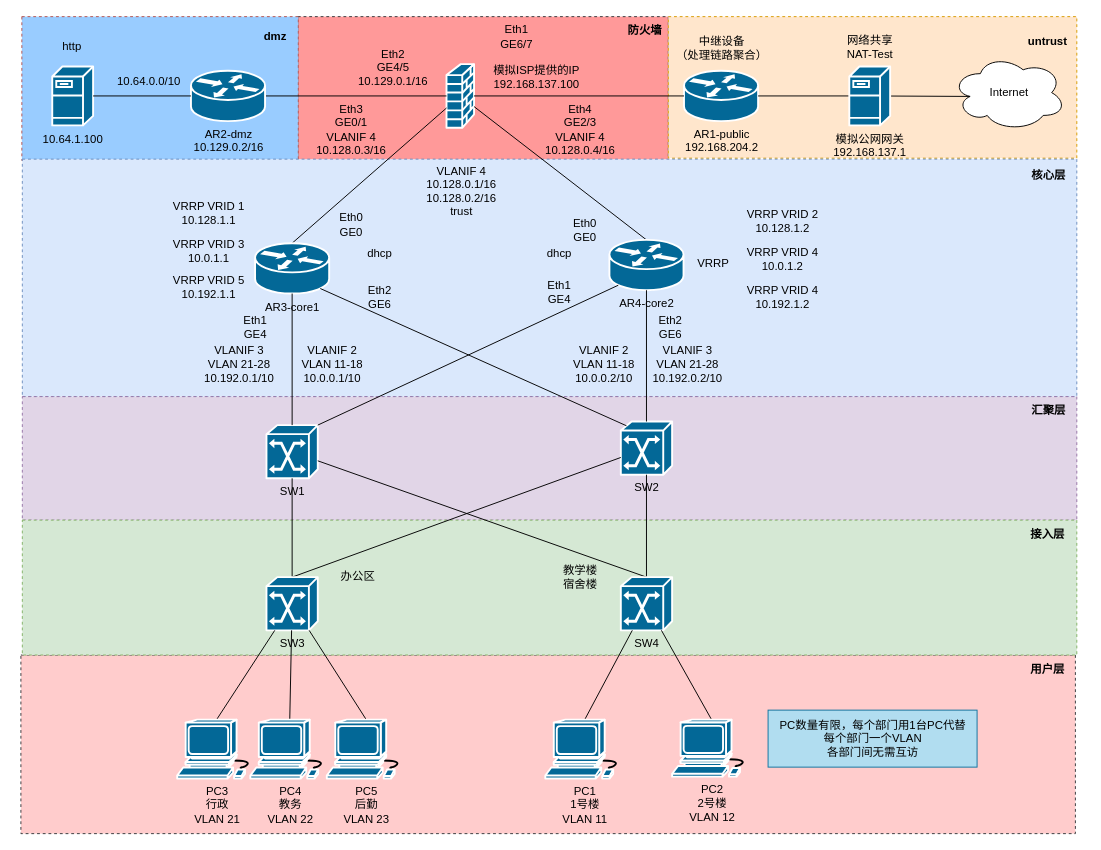
Above: ne24.drawio in HPLZH/draw (draw.io), before the change. Source tidied: cells renumbered, new cells numbered last; positions are measured from the earlier drawing's top-left corner, leaving out a move shared by most shapes. Both pictures are drawn from the tidied source at 95%, with x=0, y=0 at pixel (20, 16).
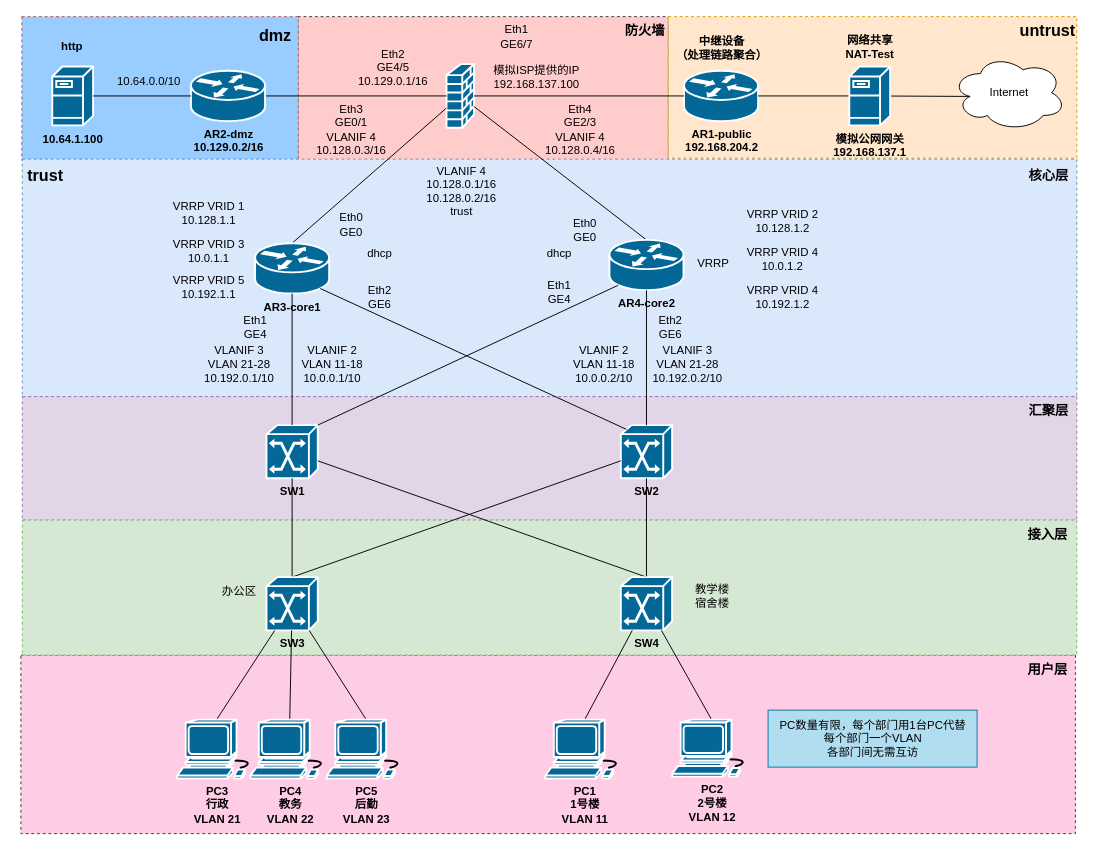
The same diagram, later.

What changed in the source:
```diff
@@
-    <mxCell id="2" style="whiteSpace=wrap;html=1;fillColor=#ffcccc;dashed=1;strokeColor=#36393d;" parent="1" vertex="1">
+    <mxCell id="2" style="whiteSpace=wrap;html=1;fillColor=#FFCCE6;dashed=1;strokeColor=#36393d;" parent="1" vertex="1">
       <mxGeometry x="0.5" y="672" width="1110" height="188" as="geometry" />
     </mxCell>
-    <mxCell id="3" style="whiteSpace=wrap;html=1;fillColor=#FF9999;dashed=1;strokeColor=#36393d;gradientColor=none;" parent="1" vertex="1">
+    <mxCell id="3" style="whiteSpace=wrap;html=1;fillColor=#FFCCCC;dashed=1;strokeColor=#36393d;gradientColor=none;" parent="1" vertex="1">
       <mxGeometry x="292" width="390" height="151.5" as="geometry" />
     </mxCell>
@@
-    <mxCell id="9" value="AR1-public&lt;div&gt;192.168.204.2&lt;/div&gt;" style="shape=mxgraph.cisco.routers.router;sketch=0;html=1;dashed=0;fillColor=#036897;strokeColor=#ffffff;strokeWidth=2;verticalLabelPosition=bottom;verticalAlign=top;align=center;outlineConnect=0;" parent="1" vertex="1">
+    <mxCell id="9" value="&lt;b&gt;AR1-public&lt;/b&gt;&lt;div&gt;&lt;b&gt;192.168.204.2&lt;/b&gt;&lt;/div&gt;" style="shape=mxgraph.cisco.routers.router;sketch=0;html=1;dashed=0;fillColor=#036897;strokeColor=#ffffff;strokeWidth=2;verticalLabelPosition=bottom;verticalAlign=top;align=center;outlineConnect=0;" parent="1" vertex="1">
       <mxGeometry x="698.5" y="57" width="78" height="53" as="geometry" />
     </mxCell>
@@
-    <mxCell id="15" value="10.64.1.100" style="shape=mxgraph.cisco.servers.fileserver;sketch=0;html=1;dashed=0;fillColor=#036897;strokeColor=#ffffff;strokeWidth=2;verticalLabelPosition=bottom;verticalAlign=top;align=center;outlineConnect=0;" parent="1" vertex="1">
+    <mxCell id="15" value="&lt;b&gt;10.64.1.100&lt;/b&gt;" style="shape=mxgraph.cisco.servers.fileserver;sketch=0;html=1;dashed=0;fillColor=#036897;strokeColor=#ffffff;strokeWidth=2;verticalLabelPosition=bottom;verticalAlign=top;align=center;outlineConnect=0;" parent="1" vertex="1">
       <mxGeometry x="33.5" y="52.5" width="43" height="62" as="geometry" />
     </mxCell>
@@
-    <mxCell id="17" value="SW1" style="shape=mxgraph.cisco.switches.atm_switch;sketch=0;html=1;dashed=0;fillColor=#036897;strokeColor=#ffffff;strokeWidth=2;verticalLabelPosition=bottom;verticalAlign=top;align=center;outlineConnect=0;" parent="1" vertex="1">
+    <mxCell id="17" value="&lt;b&gt;SW1&lt;/b&gt;" style="shape=mxgraph.cisco.switches.atm_switch;sketch=0;html=1;dashed=0;fillColor=#036897;strokeColor=#ffffff;strokeWidth=2;verticalLabelPosition=bottom;verticalAlign=top;align=center;outlineConnect=0;" parent="1" vertex="1">
       <mxGeometry x="259" y="430" width="54" height="56" as="geometry" />
     </mxCell>
-    <mxCell id="18" value="SW2" style="shape=mxgraph.cisco.switches.atm_switch;sketch=0;html=1;dashed=0;fillColor=#036897;strokeColor=#ffffff;strokeWidth=2;verticalLabelPosition=bottom;verticalAlign=top;align=center;outlineConnect=0;" parent="1" vertex="1">
-      <mxGeometry x="632" y="426.2" width="54" height="56" as="geometry" />
+    <mxCell id="18" value="&lt;b&gt;SW2&lt;/b&gt;" style="shape=mxgraph.cisco.switches.atm_switch;sketch=0;html=1;dashed=0;fillColor=#036897;strokeColor=#ffffff;strokeWidth=2;verticalLabelPosition=bottom;verticalAlign=top;align=center;outlineConnect=0;" parent="1" vertex="1">
+      <mxGeometry x="632" y="430" width="54" height="56" as="geometry" />
     </mxCell>
@@
-    <mxCell id="20" value="AR3-core1" style="shape=mxgraph.cisco.routers.router;sketch=0;html=1;dashed=0;fillColor=#036897;strokeColor=#ffffff;strokeWidth=2;verticalLabelPosition=bottom;verticalAlign=top;align=center;outlineConnect=0;" parent="1" vertex="1">
+    <mxCell id="20" value="&lt;b&gt;AR3-core1&lt;/b&gt;" style="shape=mxgraph.cisco.routers.router;sketch=0;html=1;dashed=0;fillColor=#036897;strokeColor=#ffffff;strokeWidth=2;verticalLabelPosition=bottom;verticalAlign=top;align=center;outlineConnect=0;" parent="1" vertex="1">
       <mxGeometry x="247" y="238.5" width="78" height="53" as="geometry" />
     </mxCell>
@@
-    <mxCell id="22" value="AR4-core2" style="shape=mxgraph.cisco.routers.router;sketch=0;html=1;dashed=0;fillColor=#036897;strokeColor=#ffffff;strokeWidth=2;verticalLabelPosition=bottom;verticalAlign=top;align=center;outlineConnect=0;" parent="1" vertex="1">
+    <mxCell id="22" value="&lt;b style=&quot;&quot;&gt;AR4-core2&lt;/b&gt;" style="shape=mxgraph.cisco.routers.router;sketch=0;html=1;dashed=0;fillColor=#036897;strokeColor=#ffffff;strokeWidth=2;verticalLabelPosition=bottom;verticalAlign=top;align=center;outlineConnect=0;" parent="1" vertex="1">
       <mxGeometry x="620" y="235" width="78" height="53" as="geometry" />
     </mxCell>
-    <mxCell id="23" value="AR2-dmz&lt;div&gt;10.129.0.2/16&lt;/div&gt;" style="shape=mxgraph.cisco.routers.router;sketch=0;html=1;dashed=0;fillColor=#036897;strokeColor=#ffffff;strokeWidth=2;verticalLabelPosition=bottom;verticalAlign=top;align=center;outlineConnect=0;" parent="1" vertex="1">
+    <mxCell id="23" value="&lt;b&gt;AR2-dmz&lt;/b&gt;&lt;div&gt;&lt;b&gt;10.129.0.2/16&lt;/b&gt;&lt;/div&gt;" style="shape=mxgraph.cisco.routers.router;sketch=0;html=1;dashed=0;fillColor=#036897;strokeColor=#ffffff;strokeWidth=2;verticalLabelPosition=bottom;verticalAlign=top;align=center;outlineConnect=0;" parent="1" vertex="1">
       <mxGeometry x="179.5" y="57" width="78" height="53" as="geometry" />
     </mxCell>
@@
-    <mxCell id="30" value="SW3" style="shape=mxgraph.cisco.switches.atm_switch;sketch=0;html=1;dashed=0;fillColor=#036897;strokeColor=#ffffff;strokeWidth=2;verticalLabelPosition=bottom;verticalAlign=top;align=center;outlineConnect=0;" parent="1" vertex="1">
+    <mxCell id="30" value="&lt;b&gt;SW3&lt;/b&gt;" style="shape=mxgraph.cisco.switches.atm_switch;sketch=0;html=1;dashed=0;fillColor=#036897;strokeColor=#ffffff;strokeWidth=2;verticalLabelPosition=bottom;verticalAlign=top;align=center;outlineConnect=0;" parent="1" vertex="1">
       <mxGeometry x="259" y="590" width="54" height="56" as="geometry" />
     </mxCell>
@@
-    <mxCell id="33" value="SW4" style="shape=mxgraph.cisco.switches.atm_switch;sketch=0;html=1;dashed=0;fillColor=#036897;strokeColor=#ffffff;strokeWidth=2;verticalLabelPosition=bottom;verticalAlign=top;align=center;outlineConnect=0;" parent="1" vertex="1">
+    <mxCell id="33" value="&lt;b&gt;SW4&lt;/b&gt;" style="shape=mxgraph.cisco.switches.atm_switch;sketch=0;html=1;dashed=0;fillColor=#036897;strokeColor=#ffffff;strokeWidth=2;verticalLabelPosition=bottom;verticalAlign=top;align=center;outlineConnect=0;" parent="1" vertex="1">
       <mxGeometry x="632" y="590" width="54" height="56" as="geometry" />
     </mxCell>
@@
-    <mxCell id="35" value="&lt;div&gt;PC3&lt;/div&gt;行政&lt;div&gt;VLAN 21&lt;/div&gt;" style="shape=mxgraph.cisco.computers_and_peripherals.workstation;sketch=0;html=1;dashed=0;fillColor=#036897;strokeColor=#ffffff;strokeWidth=2;verticalLabelPosition=bottom;verticalAlign=top;align=center;outlineConnect=0;" parent="1" vertex="1">
+    <mxCell id="35" value="&lt;div&gt;&lt;b&gt;PC3&lt;/b&gt;&lt;/div&gt;&lt;b&gt;行政&lt;/b&gt;&lt;div&gt;&lt;b&gt;VLAN 21&lt;/b&gt;&lt;/div&gt;" style="shape=mxgraph.cisco.computers_and_peripherals.workstation;sketch=0;html=1;dashed=0;fillColor=#036897;strokeColor=#ffffff;strokeWidth=2;verticalLabelPosition=bottom;verticalAlign=top;align=center;outlineConnect=0;" parent="1" vertex="1">
       <mxGeometry x="165" y="740" width="83" height="62" as="geometry" />
     </mxCell>
@@
-    <mxCell id="37" value="&lt;div&gt;PC4&lt;/div&gt;&lt;div&gt;教务&lt;/div&gt;&lt;div&gt;VLAN 22&lt;/div&gt;" style="shape=mxgraph.cisco.computers_and_peripherals.workstation;sketch=0;html=1;dashed=0;fillColor=#036897;strokeColor=#ffffff;strokeWidth=2;verticalLabelPosition=bottom;verticalAlign=top;align=center;outlineConnect=0;" parent="1" vertex="1">
+    <mxCell id="37" value="&lt;div&gt;&lt;b&gt;PC4&lt;/b&gt;&lt;/div&gt;&lt;div&gt;&lt;b&gt;教务&lt;/b&gt;&lt;/div&gt;&lt;div&gt;&lt;b&gt;VLAN 22&lt;/b&gt;&lt;/div&gt;" style="shape=mxgraph.cisco.computers_and_peripherals.workstation;sketch=0;html=1;dashed=0;fillColor=#036897;strokeColor=#ffffff;strokeWidth=2;verticalLabelPosition=bottom;verticalAlign=top;align=center;outlineConnect=0;" parent="1" vertex="1">
       <mxGeometry x="242" y="740" width="83" height="62" as="geometry" />
     </mxCell>
@@
-    <mxCell id="39" value="&lt;div&gt;PC1&lt;/div&gt;1号楼&lt;div&gt;VLAN 11&lt;/div&gt;" style="shape=mxgraph.cisco.computers_and_peripherals.workstation;sketch=0;html=1;dashed=0;fillColor=#036897;strokeColor=#ffffff;strokeWidth=2;verticalLabelPosition=bottom;verticalAlign=top;align=center;outlineConnect=0;" parent="1" vertex="1">
+    <mxCell id="39" value="&lt;div&gt;&lt;b&gt;PC1&lt;/b&gt;&lt;/div&gt;&lt;b&gt;1号楼&lt;/b&gt;&lt;div&gt;&lt;b&gt;VLAN 11&lt;/b&gt;&lt;/div&gt;" style="shape=mxgraph.cisco.computers_and_peripherals.workstation;sketch=0;html=1;dashed=0;fillColor=#036897;strokeColor=#ffffff;strokeWidth=2;verticalLabelPosition=bottom;verticalAlign=top;align=center;outlineConnect=0;" parent="1" vertex="1">
       <mxGeometry x="552.5" y="740" width="83" height="62" as="geometry" />
     </mxCell>
@@
-    <mxCell id="41" value="&lt;div&gt;PC2&lt;/div&gt;2号楼&lt;div&gt;VLAN 12&lt;/div&gt;" style="shape=mxgraph.cisco.computers_and_peripherals.workstation;sketch=0;html=1;dashed=0;fillColor=#036897;strokeColor=#ffffff;strokeWidth=2;verticalLabelPosition=bottom;verticalAlign=top;align=center;outlineConnect=0;" parent="1" vertex="1">
+    <mxCell id="41" value="&lt;div&gt;&lt;b&gt;PC2&lt;/b&gt;&lt;/div&gt;&lt;b&gt;2号楼&lt;/b&gt;&lt;div&gt;&lt;b&gt;VLAN 12&lt;/b&gt;&lt;/div&gt;" style="shape=mxgraph.cisco.computers_and_peripherals.workstation;sketch=0;html=1;dashed=0;fillColor=#036897;strokeColor=#ffffff;strokeWidth=2;verticalLabelPosition=bottom;verticalAlign=top;align=center;outlineConnect=0;" parent="1" vertex="1">
       <mxGeometry x="686" y="740" width="83" height="60" as="geometry" />
     </mxCell>
-    <mxCell id="42" value="&lt;b&gt;dmz&lt;/b&gt;" style="text;html=1;align=center;verticalAlign=middle;strokeColor=none;fillColor=none;" parent="1" vertex="1">
-      <mxGeometry x="242.5" y="5.5" width="50" height="30" as="geometry" />
+    <mxCell id="42" value="&lt;b&gt;&lt;font style=&quot;font-size: 17px;&quot;&gt;dmz&lt;/font&gt;&lt;/b&gt;" style="text;html=1;align=center;verticalAlign=middle;strokeColor=none;fillColor=none;" parent="1" vertex="1">
+      <mxGeometry x="237.5" y="5.5" width="60" height="30" as="geometry" />
     </mxCell>
@@
-    <mxCell id="44" value="&lt;b&gt;untrust&lt;/b&gt;" style="text;html=1;align=center;verticalAlign=middle;strokeColor=none;fillColor=none;" parent="1" vertex="1">
-      <mxGeometry x="1050.5" y="10.5" width="60" height="30" as="geometry" />
+    <mxCell id="44" value="&lt;b&gt;&lt;font style=&quot;font-size: 17px;&quot;&gt;untrust&lt;/font&gt;&lt;/b&gt;" style="text;html=1;align=center;verticalAlign=middle;strokeColor=none;fillColor=none;" parent="1" vertex="1">
+      <mxGeometry x="1040.5" y="0.5" width="80" height="30" as="geometry" />
     </mxCell>
-    <mxCell id="45" value="&lt;b&gt;核心层&lt;/b&gt;" style="text;html=1;align=center;verticalAlign=middle;strokeColor=none;fillColor=none;" parent="1" vertex="1">
-      <mxGeometry x="1052" y="151.5" width="60" height="30" as="geometry" />
+    <mxCell id="45" value="&lt;b&gt;&lt;font style=&quot;font-size: 14px;&quot;&gt;核心层&lt;/font&gt;&lt;/b&gt;" style="text;html=1;align=center;verticalAlign=middle;strokeColor=none;fillColor=none;" parent="1" vertex="1">
+      <mxGeometry x="1047" y="151.5" width="70" height="30" as="geometry" />
     </mxCell>
-    <mxCell id="46" value="&lt;b&gt;汇聚层&lt;/b&gt;" style="text;html=1;align=center;verticalAlign=middle;strokeColor=none;fillColor=none;" parent="1" vertex="1">
-      <mxGeometry x="1052" y="400" width="60" height="30" as="geometry" />
+    <mxCell id="46" value="&lt;b&gt;&lt;font style=&quot;font-size: 14px;&quot;&gt;汇聚层&lt;/font&gt;&lt;/b&gt;" style="text;html=1;align=center;verticalAlign=middle;strokeColor=none;fillColor=none;" parent="1" vertex="1">
+      <mxGeometry x="1047" y="400" width="70" height="30" as="geometry" />
     </mxCell>
-    <mxCell id="47" value="&lt;b&gt;接入层&lt;/b&gt;" style="text;html=1;align=center;verticalAlign=middle;strokeColor=none;fillColor=none;" parent="1" vertex="1">
-      <mxGeometry x="1050.5" y="530" width="60" height="30" as="geometry" />
+    <mxCell id="47" value="&lt;b&gt;&lt;font style=&quot;font-size: 14px;&quot;&gt;接入层&lt;/font&gt;&lt;/b&gt;" style="text;html=1;align=center;verticalAlign=middle;strokeColor=none;fillColor=none;" parent="1" vertex="1">
+      <mxGeometry x="1045.5" y="530" width="70" height="30" as="geometry" />
     </mxCell>
@@
-    <mxCell id="49" value="http" style="text;html=1;align=center;verticalAlign=middle;strokeColor=none;fillColor=none;" parent="1" vertex="1">
-      <mxGeometry x="33.5" y="16.5" width="40" height="30" as="geometry" />
+    <mxCell id="49" value="&lt;b&gt;http&lt;/b&gt;" style="text;html=1;align=center;verticalAlign=middle;strokeColor=none;fillColor=none;" parent="1" vertex="1">
+      <mxGeometry x="28.5" y="16.5" width="50" height="30" as="geometry" />
     </mxCell>
@@
     <mxCell id="51" value="办公区" style="text;html=1;align=center;verticalAlign=middle;strokeColor=none;fillColor=none;" parent="1" vertex="1">
-      <mxGeometry x="325" y="575" width="60" height="30" as="geometry" />
+      <mxGeometry x="199.5" y="590" width="60" height="30" as="geometry" />
     </mxCell>
     <mxCell id="52" value="教学楼&lt;div&gt;宿舍楼&lt;/div&gt;" style="text;html=1;align=center;verticalAlign=middle;strokeColor=none;fillColor=none;" parent="1" vertex="1">
-      <mxGeometry x="559" y="570" width="60" height="40" as="geometry" />
+      <mxGeometry x="697.5" y="590" width="60" height="40" as="geometry" />
     </mxCell>
@@
-    <mxCell id="59" value="&lt;div&gt;PC5&lt;/div&gt;&lt;div&gt;后勤&lt;/div&gt;&lt;div&gt;&lt;span style=&quot;background-color: initial;&quot;&gt;VLAN 23&lt;/span&gt;&lt;/div&gt;" style="shape=mxgraph.cisco.computers_and_peripherals.workstation;sketch=0;html=1;dashed=0;fillColor=#036897;strokeColor=#ffffff;strokeWidth=2;verticalLabelPosition=bottom;verticalAlign=top;align=center;outlineConnect=0;" parent="1" vertex="1">
+    <mxCell id="59" value="&lt;div&gt;&lt;b&gt;PC5&lt;/b&gt;&lt;/div&gt;&lt;div&gt;&lt;b&gt;后勤&lt;/b&gt;&lt;/div&gt;&lt;div&gt;&lt;span style=&quot;background-color: initial;&quot;&gt;&lt;b&gt;VLAN 23&lt;/b&gt;&lt;/span&gt;&lt;/div&gt;" style="shape=mxgraph.cisco.computers_and_peripherals.workstation;sketch=0;html=1;dashed=0;fillColor=#036897;strokeColor=#ffffff;strokeWidth=2;verticalLabelPosition=bottom;verticalAlign=top;align=center;outlineConnect=0;" parent="1" vertex="1">
       <mxGeometry x="322.5" y="740" width="83" height="62" as="geometry" />
     </mxCell>
@@
-    <mxCell id="80" value="中继设备&lt;div&gt;（处理链路聚合）&lt;/div&gt;" style="text;html=1;align=center;verticalAlign=middle;strokeColor=none;fillColor=none;" parent="1" vertex="1">
+    <mxCell id="80" value="&lt;b&gt;中继设备&lt;/b&gt;&lt;div&gt;&lt;b&gt;（处理链路聚合）&lt;/b&gt;&lt;/div&gt;" style="text;html=1;align=center;verticalAlign=middle;strokeColor=none;fillColor=none;" parent="1" vertex="1">
       <mxGeometry x="677.5" y="12.5" width="120" height="40" as="geometry" />
     </mxCell>
-    <mxCell id="81" value="&lt;div&gt;模拟公网网关&lt;/div&gt;192.168.137.1" style="shape=mxgraph.cisco.servers.fileserver;sketch=0;html=1;dashed=0;fillColor=#036897;strokeColor=#ffffff;strokeWidth=2;verticalLabelPosition=bottom;verticalAlign=top;align=center;outlineConnect=0;" parent="1" vertex="1">
+    <mxCell id="81" value="&lt;div&gt;&lt;b&gt;模拟公网网关&lt;/b&gt;&lt;/div&gt;&lt;b&gt;192.168.137.1&lt;/b&gt;" style="shape=mxgraph.cisco.servers.fileserver;sketch=0;html=1;dashed=0;fillColor=#036897;strokeColor=#ffffff;strokeWidth=2;verticalLabelPosition=bottom;verticalAlign=top;align=center;outlineConnect=0;" parent="1" vertex="1">
       <mxGeometry x="872.5" y="52.5" width="43" height="62" as="geometry" />
     </mxCell>
-    <mxCell id="82" value="网络共享&lt;div&gt;NAT-Test&lt;/div&gt;" style="text;html=1;align=center;verticalAlign=middle;strokeColor=none;fillColor=none;" parent="1" vertex="1">
+    <mxCell id="82" value="&lt;b&gt;网络共享&lt;/b&gt;&lt;div&gt;&lt;b&gt;NAT-Test&lt;/b&gt;&lt;/div&gt;" style="text;html=1;align=center;verticalAlign=middle;strokeColor=none;fillColor=none;" parent="1" vertex="1">
       <mxGeometry x="859" y="11.5" width="70" height="40" as="geometry" />
     </mxCell>
@@
-    <mxCell id="84" value="&lt;b&gt;防火墙&lt;/b&gt;" style="text;html=1;align=center;verticalAlign=middle;strokeColor=none;fillColor=none;" parent="1" vertex="1">
-      <mxGeometry x="627" width="60" height="30" as="geometry" />
+    <mxCell id="84" value="&lt;b&gt;&lt;font style=&quot;font-size: 14px;&quot;&gt;防火墙&lt;/font&gt;&lt;/b&gt;" style="text;html=1;align=center;verticalAlign=middle;strokeColor=none;fillColor=none;" parent="1" vertex="1">
+      <mxGeometry x="622" width="70" height="30" as="geometry" />
     </mxCell>
-    <mxCell id="85" value="&lt;b&gt;用户层&lt;/b&gt;" style="text;html=1;align=center;verticalAlign=middle;strokeColor=none;fillColor=none;" parent="1" vertex="1">
-      <mxGeometry x="1050.5" y="672" width="60" height="30" as="geometry" />
+    <mxCell id="85" value="&lt;b&gt;&lt;font style=&quot;font-size: 14px;&quot;&gt;用户层&lt;/font&gt;&lt;/b&gt;" style="text;html=1;align=center;verticalAlign=middle;strokeColor=none;fillColor=none;" parent="1" vertex="1">
+      <mxGeometry x="1045.5" y="672" width="70" height="30" as="geometry" />
     </mxCell>
+    <mxCell id="86" value="&lt;b&gt;&lt;font style=&quot;font-size: 17px;&quot;&gt;trust&lt;/font&gt;&lt;/b&gt;" style="text;html=1;align=center;verticalAlign=middle;strokeColor=none;fillColor=none;" parent="1" vertex="1">
+      <mxGeometry x="-4.5" y="153.5" width="60" height="30" as="geometry" />
+    </mxCell>
```
